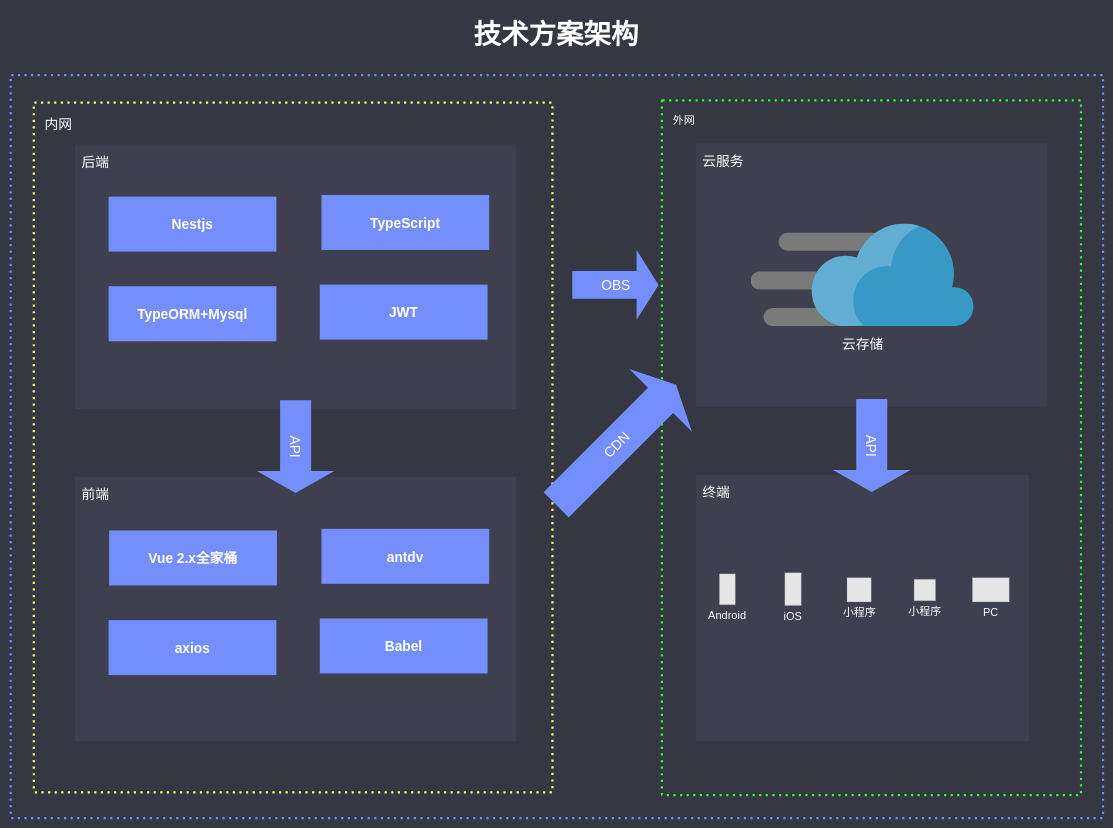
This is page "技术方案" (6 of 7) of files/业务流转.drawio from hezhongfeng/DRAWIO, a draw.io file, before an edit. Source tidied: cells renumbered, new cells numbered last; positions are measured from the earlier drawing's top-left corner, leaving out a move shared by most shapes. Both pictures are drawn from the tidied source at 55%, with x=0, y=0 at pixel (10, 9). Pictures stored in the file or linked from it are replaced by grey dashed boxes.
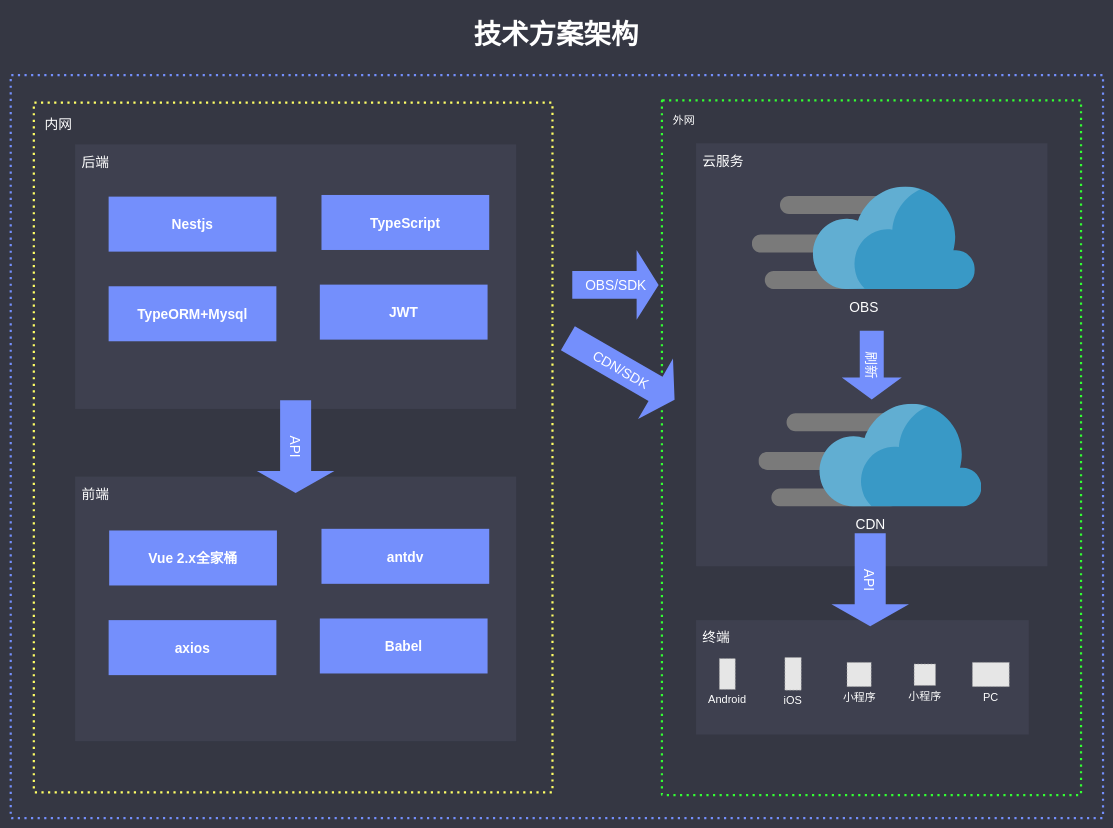
Above is the later version.

Commit message:
更新业务流转.drawio

Change to the diagram source:
```diff
@@
     <mxCell id="4" value="终端" style="rounded=0;whiteSpace=wrap;html=1;shadow=0;strokeWidth=4;fontSize=25;fontColor=#FFFFFF;align=left;strokeColor=none;fillColor=#3E404F;verticalAlign=top;spacingTop=10;spacingLeft=10;" parent="1" vertex="1">
-      <mxGeometry x="1246" y="846" width="605" height="484" as="geometry" />
+      <mxGeometry x="1246" y="1110" width="605" height="208" as="geometry" />
     </mxCell>
@@
     <mxCell id="7" value="云服务" style="rounded=0;whiteSpace=wrap;html=1;shadow=0;strokeWidth=4;fontSize=25;fontColor=#FFFFFF;align=left;strokeColor=none;fillColor=#3E404F;verticalAlign=top;spacingTop=10;spacingLeft=10;" parent="1" vertex="1">
-      <mxGeometry x="1246" y="243" width="639" height="479" as="geometry" />
+      <mxGeometry x="1246" y="243" width="639" height="769" as="geometry" />
     </mxCell>
-    <mxCell id="8" value="云存储" style="html=1;align=center;image;fontSize=25;image=img/lib/mscae/Content_Delivery_Network.svg;labelBackgroundColor=none;fontColor=#FFFFFF;spacingTop=10;" parent="1" vertex="1">
-      <mxGeometry x="1345.8" y="389.2" width="405.4" height="186.5" as="geometry" />
+    <mxCell id="8" value="OBS" style="html=1;align=center;image;fontSize=25;image=img/lib/mscae/Content_Delivery_Network.svg;labelBackgroundColor=none;fontColor=#FFFFFF;spacingTop=10;" parent="1" vertex="1">
+      <mxGeometry x="1348" y="322" width="405.4" height="186.5" as="geometry" />
     </mxCell>
@@
     <mxCell id="11" value="API" style="html=1;shadow=0;dashed=0;align=center;verticalAlign=middle;shape=mxgraph.arrows2.arrow;dy=0.6;dx=40;notch=0;rounded=1;strokeWidth=4;fontSize=25;fontColor=#FFFFFF;strokeColor=none;fillColor=#748FFC;rotation=90;" parent="1" vertex="1">
-      <mxGeometry x="1481" y="722" width="169" height="141" as="geometry" />
+      <mxGeometry x="1478.2" y="966" width="169" height="141" as="geometry" />
     </mxCell>
@@
-    <mxCell id="20" value="OBS" style="html=1;shadow=0;dashed=0;align=center;verticalAlign=middle;shape=mxgraph.arrows2.arrow;dy=0.6;dx=40;notch=0;rounded=1;strokeWidth=4;fontSize=25;fontColor=#FFFFFF;strokeColor=none;fillColor=#748FFC;" parent="1" vertex="1">
+    <mxCell id="20" value="OBS/SDK" style="html=1;shadow=0;dashed=0;align=center;verticalAlign=middle;shape=mxgraph.arrows2.arrow;dy=0.6;dx=40;notch=0;rounded=1;strokeWidth=4;fontSize=25;fontColor=#FFFFFF;strokeColor=none;fillColor=#748FFC;" parent="1" vertex="1">
       <mxGeometry x="1021" y="437" width="157" height="127" as="geometry" />
     </mxCell>
-    <mxCell id="21" value="CDN" style="html=1;shadow=0;dashed=0;align=center;verticalAlign=middle;shape=mxgraph.arrows2.arrow;dy=0.6;dx=40;notch=0;rounded=1;strokeWidth=4;fontSize=25;fontColor=#FFFFFF;strokeColor=none;fillColor=#748FFC;rotation=-45;" parent="1" vertex="1">
-      <mxGeometry x="946.5" y="710.6" width="308.5" height="161.4" as="geometry" />
-    </mxCell>
     <mxCell id="22" value="iOS" style="fillColor=#E6E6E6;strokeColor=#999999;dashed=1;verticalLabelPosition=bottom;labelBackgroundColor=none;verticalAlign=top;fontSize=20;align=center;fontColor=#FFFFFF;" parent="1" vertex="1">
-      <mxGeometry x="1407.5" y="1023.9" width="29.8" height="59.5" as="geometry" />
+      <mxGeometry x="1407.5" y="1177.9" width="29.8" height="59.5" as="geometry" />
     </mxCell>
     <mxCell id="23" value="小程序" style="fillColor=#E6E6E6;strokeColor=#999999;dashed=1;html=1;verticalAlign=top;verticalLabelPosition=bottom;labelBackgroundColor=none;fontColor=#FFFFFF;fontSize=20;" parent="1" vertex="1">
-      <mxGeometry x="1520.5" y="1032.9" width="44" height="44" as="geometry" />
+      <mxGeometry x="1520.5" y="1186.9" width="44" height="44" as="geometry" />
     </mxCell>
     <mxCell id="24" value="PC" style="fillColor=#E6E6E6;strokeColor=#999999;dashed=1;verticalLabelPosition=bottom;labelBackgroundColor=none;verticalAlign=top;fontSize=20;align=center;fontColor=#FFFFFF;" parent="1" vertex="1">
-      <mxGeometry x="1748.5" y="1032.9" width="67" height="44" as="geometry" />
+      <mxGeometry x="1748.5" y="1186.9" width="67" height="44" as="geometry" />
     </mxCell>
     <mxCell id="25" value="小程序&lt;br style=&quot;font-size: 20px;&quot;&gt;" style="fillColor=#E6E6E6;strokeColor=#999999;dashed=1;html=1;verticalAlign=top;verticalLabelPosition=bottom;labelBackgroundColor=none;fontColor=#FFFFFF;fontSize=20;" parent="1" vertex="1">
-      <mxGeometry x="1642.5" y="1035.8" width="39" height="39" as="geometry" />
+      <mxGeometry x="1642.5" y="1189.8" width="39" height="39" as="geometry" />
     </mxCell>
     <mxCell id="26" value="Android" style="fillColor=#E6E6E6;strokeColor=#999999;dashed=1;verticalLabelPosition=bottom;labelBackgroundColor=none;verticalAlign=top;fontSize=20;align=center;fontColor=#FFFFFF;" parent="1" vertex="1">
-      <mxGeometry x="1288.5" y="1025.9" width="28.9" height="56.1" as="geometry" />
+      <mxGeometry x="1288.5" y="1179.9" width="28.9" height="56.1" as="geometry" />
     </mxCell>
@@
+    <mxCell id="21" value="CDN" style="html=1;align=center;image;fontSize=25;image=img/lib/mscae/Content_Delivery_Network.svg;labelBackgroundColor=none;fontColor=#FFFFFF;spacingTop=10;" parent="1" vertex="1">
+      <mxGeometry x="1360" y="717.2" width="405.4" height="186.5" as="geometry" />
+    </mxCell>
+    <mxCell id="28" value="CDN/SDK" style="html=1;shadow=0;dashed=0;align=center;verticalAlign=middle;shape=mxgraph.arrows2.arrow;dy=0.6;dx=40;notch=0;rounded=1;strokeWidth=4;fontSize=25;fontColor=#FFFFFF;strokeColor=none;fillColor=#748FFC;rotation=30;" parent="1" vertex="1">
+      <mxGeometry x="998" y="590" width="224" height="127" as="geometry" />
+    </mxCell>
+    <mxCell id="29" value="刷新" style="html=1;shadow=0;dashed=0;align=center;verticalAlign=middle;shape=mxgraph.arrows2.arrow;dy=0.6;dx=40;notch=0;rounded=1;strokeWidth=4;fontSize=25;fontColor=#FFFFFF;strokeColor=none;fillColor=#748FFC;rotation=90;whiteSpace=wrap;" parent="1" vertex="1">
+      <mxGeometry x="1503" y="592" width="125" height="109" as="geometry" />
+    </mxCell>
```
